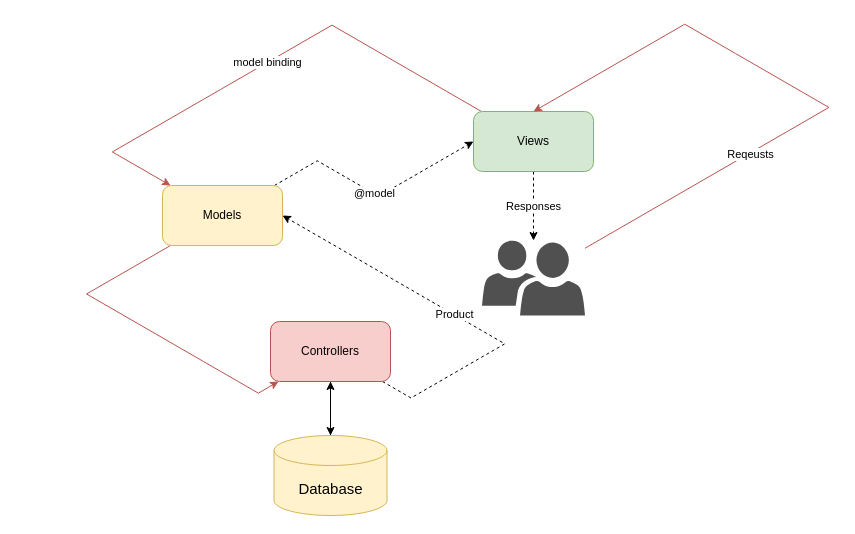
The draw.io diagram page "MVC" (1 of 2) of Draws.drawio in MMucahit/BtkAkademi.NET, before the edit. Source tidied: cells renumbered, new cells numbered last; positions are measured from the earlier drawing's top-left corner, leaving out a move shared by most shapes. Both pictures are drawn from the tidied source at 100%, with x=0, y=0 at pixel (162, 53).
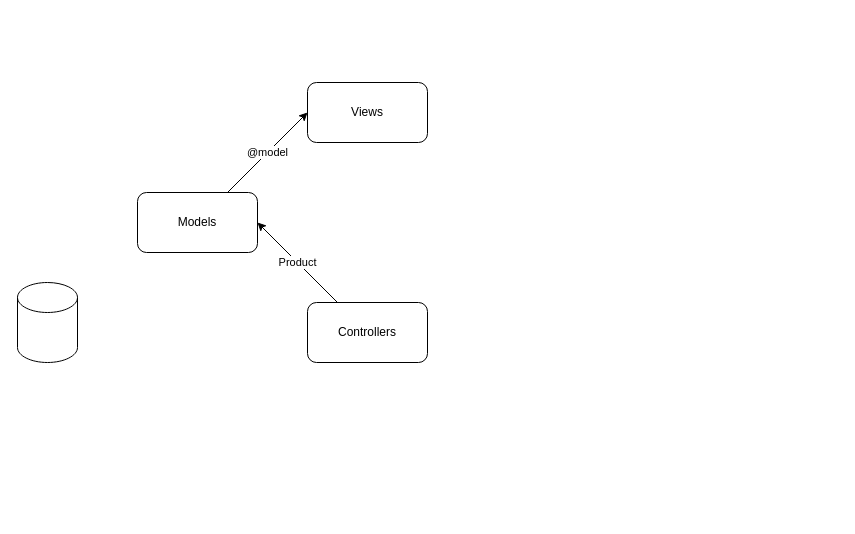
After the change.

The edit, as a diff of the source:
```diff
@@
-    <mxCell id="2" value="@model" style="rounded=0;jettySize=auto;html=1;entryX=0;entryY=0.5;entryDx=0;entryDy=0;edgeStyle=isometricEdgeStyle;dashed=1;" parent="1" edge="1" source="4" target="7">
+    <mxCell id="2" value="@model" style="rounded=0;jettySize=auto;html=1;entryX=0;entryY=0.5;entryDx=0;entryDy=0;" parent="1" edge="1" source="4" target="7">
       <mxGeometry relative="1" as="geometry" />
     </mxCell>
-    <mxCell id="3" style="edgeStyle=isometricEdgeStyle;rounded=0;jettySize=auto;html=1;fillColor=#f8cecc;strokeColor=#b85450;" parent="1" edge="1" source="4" target="10">
-      <mxGeometry relative="1" as="geometry">
-        <Array as="points">
-          <mxPoint x="41" y="308" />
-        </Array>
-      </mxGeometry>
-    </mxCell>
-    <mxCell id="4" value="Models" style="rounded=1;whiteSpace=wrap;html=1;fillColor=#fff2cc;strokeColor=#d6b656;" parent="1" vertex="1">
-      <mxGeometry y="132" width="120" height="60" as="geometry" />
+    <mxCell id="4" value="Models" style="rounded=1;whiteSpace=wrap;html=1;" parent="1" vertex="1">
+      <mxGeometry x="-25" y="139" width="120" height="60" as="geometry" />
     </mxCell>
-    <mxCell id="5" value="model binding" style="edgeStyle=isometricEdgeStyle;rounded=0;jettySize=auto;html=1;elbow=vertical;fillColor=#f8cecc;strokeColor=#b85450;" parent="1" edge="1" source="7" target="4">
-      <mxGeometry relative="1" as="geometry">
-        <Array as="points">
-          <mxPoint x="58" y="36" />
-        </Array>
-      </mxGeometry>
-    </mxCell>
-    <mxCell id="6" value="Responses" style="edgeStyle=orthogonalEdgeStyle;rounded=0;jettySize=auto;html=1;dashed=1;" parent="1" edge="1" source="7" target="14">
-      <mxGeometry relative="1" as="geometry" />
-    </mxCell>
-    <mxCell id="7" value="Views" style="rounded=1;whiteSpace=wrap;html=1;fillColor=#d5e8d4;strokeColor=#82b366;" parent="1" vertex="1">
-      <mxGeometry x="311" y="58" width="120" height="60" as="geometry" />
+    <mxCell id="7" value="Views" style="rounded=1;whiteSpace=wrap;html=1;" parent="1" vertex="1">
+      <mxGeometry x="145" y="29" width="120" height="60" as="geometry" />
     </mxCell>
-    <mxCell id="8" value="Product" style="rounded=0;jettySize=auto;html=1;entryX=1;entryY=0.5;entryDx=0;entryDy=0;edgeStyle=isometricEdgeStyle;elbow=vertical;dashed=1;" parent="1" edge="1" source="10" target="4">
-      <mxGeometry relative="1" as="geometry">
-        <Array as="points">
-          <mxPoint x="303" y="313" />
-        </Array>
-      </mxGeometry>
+    <mxCell id="8" value="Product" style="rounded=0;jettySize=auto;html=1;entryX=1;entryY=0.5;entryDx=0;entryDy=0;" parent="1" edge="1" source="10" target="4">
+      <mxGeometry relative="1" as="geometry" />
     </mxCell>
-    <mxCell id="9" style="edgeStyle=orthogonalEdgeStyle;rounded=0;jettySize=auto;html=1;" parent="1" edge="1" source="10" target="12">
-      <mxGeometry relative="1" as="geometry" />
-    </mxCell>
-    <mxCell id="10" value="Controllers" style="rounded=1;whiteSpace=wrap;html=1;fillColor=#f8cecc;strokeColor=#b85450;" parent="1" vertex="1">
-      <mxGeometry x="108" y="268" width="120" height="60" as="geometry" />
+    <mxCell id="10" value="Controllers" style="rounded=1;whiteSpace=wrap;html=1;" parent="1" vertex="1">
+      <mxGeometry x="145" y="249" width="120" height="60" as="geometry" />
     </mxCell>
-    <mxCell id="11" style="edgeStyle=orthogonalEdgeStyle;rounded=0;jettySize=auto;html=1;entryX=0.5;entryY=1;entryDx=0;entryDy=0;" parent="1" edge="1" source="12" target="10">
-      <mxGeometry relative="1" as="geometry" />
-    </mxCell>
-    <mxCell id="12" value="Database" style="shape=cylinder3;whiteSpace=wrap;html=1;boundedLbl=1;backgroundOutline=1;size=15;fontSize=15;fillColor=#fff2cc;strokeColor=#d6b656;" parent="1" vertex="1">
-      <mxGeometry x="111.5" y="382" width="113" height="80" as="geometry" />
+    <mxCell id="12" style="shape=cylinder3;whiteSpace=wrap;html=1;boundedLbl=1;backgroundOutline=1;size=15;fontSize=15;" parent="1" vertex="1">
+      <mxGeometry x="-145" y="229" width="60" height="80" as="geometry" />
     </mxCell>
-    <mxCell id="13" value="Reqeusts" style="edgeStyle=isometricEdgeStyle;rounded=0;jettySize=auto;html=1;entryX=0.5;entryY=0;entryDx=0;entryDy=0;fillColor=#f8cecc;strokeColor=#b85450;" parent="1" edge="1" source="14" target="7">
-      <mxGeometry x="-0.39" y="-1" relative="1" as="geometry">
-        <Array as="points">
-          <mxPoint x="573" />
-        </Array>
-      </mxGeometry>
-    </mxCell>
-    <mxCell id="14" style="shadow=0;dashed=0;html=1;strokeColor=none;labelPosition=center;verticalLabelPosition=bottom;verticalAlign=top;align=center;fillColor=#505050;shape=mxgraph.mscae.intune.user_group;" parent="1" vertex="1">
-      <mxGeometry x="319.5" y="187" width="103" height="75" as="geometry" />
-    </mxCell>
```
